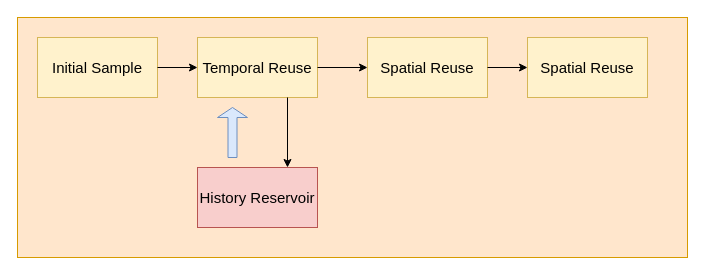
ShawnTSH1229/ShawnTSH1229.github.io keeps this draw.io diagram as source/resource/RestirSVGF/drawio/ReSTIR_workflow.drawio. Above is the earlier version. Source tidied: cells renumbered, new cells numbered last; positions are measured from the earlier drawing's top-left corner, leaving out a move shared by most shapes. Both pictures are drawn from the tidied source at 100%, with x=0, y=0 at pixel (17, 17).
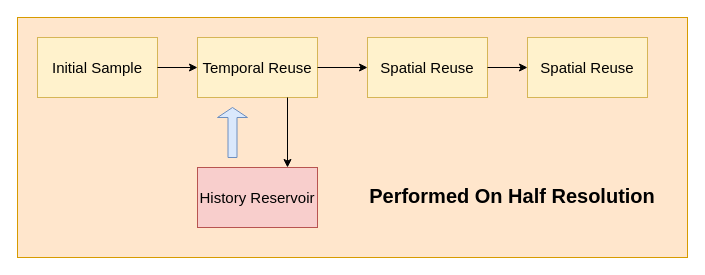
After the change.

Diff of the diagram source:
```diff
@@
 <mxGraphModel>
   <root>
     <mxCell id="0" />
     <mxCell id="1" parent="0" />
     <mxCell id="2" style="rounded=0;whiteSpace=wrap;html=1;fillColor=#ffe6cc;strokeColor=#d79b00;" parent="1" vertex="1">
       <mxGeometry width="670" height="240" as="geometry" />
     </mxCell>
     <mxCell id="3" value="Initial Sample" style="rounded=0;whiteSpace=wrap;html=1;fontSize=15;fillColor=#fff2cc;strokeColor=#d6b656;" parent="1" vertex="1">
       <mxGeometry x="20" y="20" width="120" height="60" as="geometry" />
     </mxCell>
     <mxCell id="4" value="Temporal Reuse" style="rounded=0;whiteSpace=wrap;html=1;fontSize=15;fillColor=#fff2cc;strokeColor=#d6b656;" parent="1" vertex="1">
       <mxGeometry x="180" y="20" width="120" height="60" as="geometry" />
     </mxCell>
     <mxCell id="5" value="History Reservoir" style="rounded=0;whiteSpace=wrap;html=1;fontSize=15;fillColor=#f8cecc;strokeColor=#b85450;" parent="1" vertex="1">
       <mxGeometry x="180" y="150" width="120" height="60" as="geometry" />
     </mxCell>
     <mxCell id="6" value="Spatial Reuse" style="rounded=0;whiteSpace=wrap;html=1;fontSize=15;fillColor=#fff2cc;strokeColor=#d6b656;" parent="1" vertex="1">
       <mxGeometry x="350" y="20" width="120" height="60" as="geometry" />
     </mxCell>
     <mxCell id="7" value="Spatial Reuse" style="rounded=0;whiteSpace=wrap;html=1;fontSize=15;fillColor=#fff2cc;strokeColor=#d6b656;" parent="1" vertex="1">
       <mxGeometry x="510" y="20" width="120" height="60" as="geometry" />
     </mxCell>
     <mxCell id="8" style="endArrow=classic;html=1;rounded=0;exitX=1;exitY=0.5;exitDx=0;exitDy=0;entryX=0;entryY=0.5;entryDx=0;entryDy=0;" parent="1" edge="1" source="3" target="4">
       <mxGeometry relative="1" as="geometry" />
     </mxCell>
     <mxCell id="9" style="endArrow=classic;html=1;rounded=0;exitX=0.75;exitY=1;exitDx=0;exitDy=0;entryX=0.75;entryY=0;entryDx=0;entryDy=0;" parent="1" edge="1" source="4" target="5">
       <mxGeometry relative="1" as="geometry" />
     </mxCell>
     <mxCell id="10" style="endArrow=classic;html=1;rounded=0;exitX=1;exitY=0.5;exitDx=0;exitDy=0;entryX=0;entryY=0.5;entryDx=0;entryDy=0;" parent="1" edge="1" source="4" target="6">
       <mxGeometry relative="1" as="geometry" />
     </mxCell>
     <mxCell id="11" style="endArrow=classic;html=1;rounded=0;exitX=1;exitY=0.5;exitDx=0;exitDy=0;entryX=0;entryY=0.5;entryDx=0;entryDy=0;" parent="1" edge="1" source="6" target="7">
       <mxGeometry relative="1" as="geometry" />
     </mxCell>
     <mxCell id="12" style="shape=singleArrow;direction=north;whiteSpace=wrap;html=1;fillColor=#dae8fc;strokeColor=#6c8ebf;" parent="1" vertex="1">
       <mxGeometry x="200" y="90" width="30" height="50" as="geometry" />
     </mxCell>
+    <mxCell id="13" value="Performed On Half Resolution" style="text;html=1;align=center;verticalAlign=middle;whiteSpace=wrap;rounded=0;fontSize=20;fontStyle=1;" parent="1" vertex="1">
+      <mxGeometry x="350" y="150" width="290" height="55" as="geometry" />
+    </mxCell>
   </root>
 </mxGraphModel>
```
